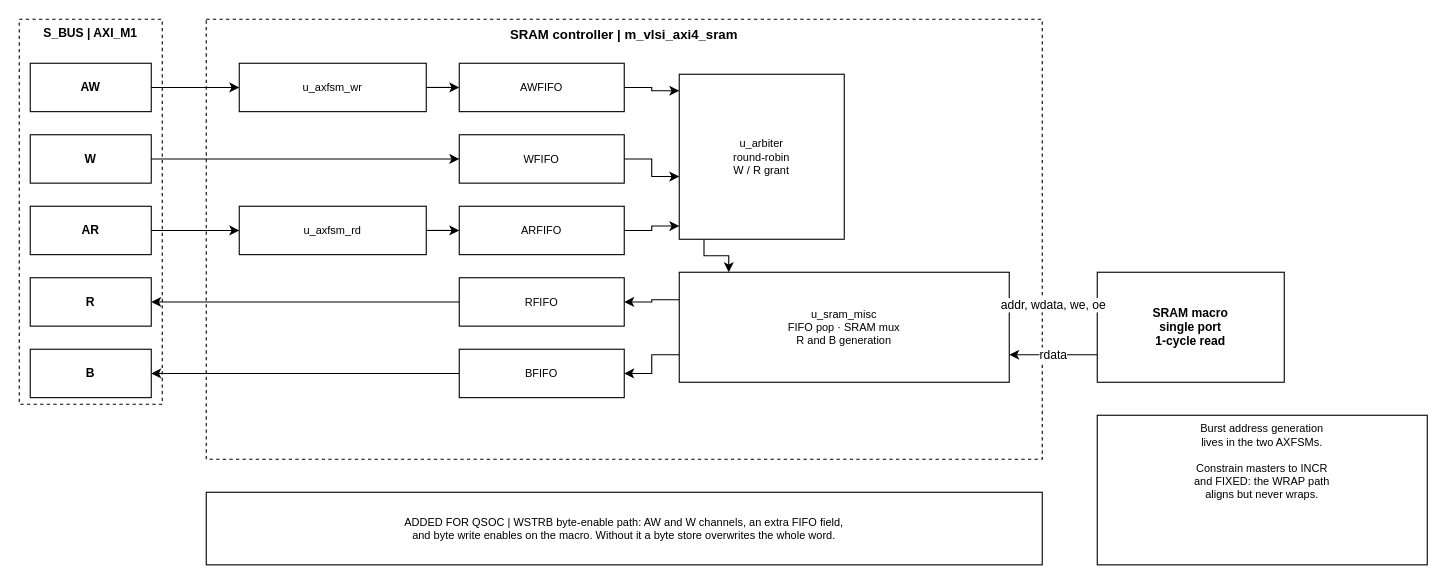
quynhonsemiconductor/vlsi_deep_training keeps this draw.io diagram as doc/drawio/QNSC_RAM_Block.drawio. Above is the earlier version. Source tidied: cells renumbered, new cells numbered last; positions are measured from the earlier drawing's top-left corner, leaving out a move shared by most shapes. Both pictures are drawn from the tidied source at 110%, with x=0, y=0 at pixel (19, 19).
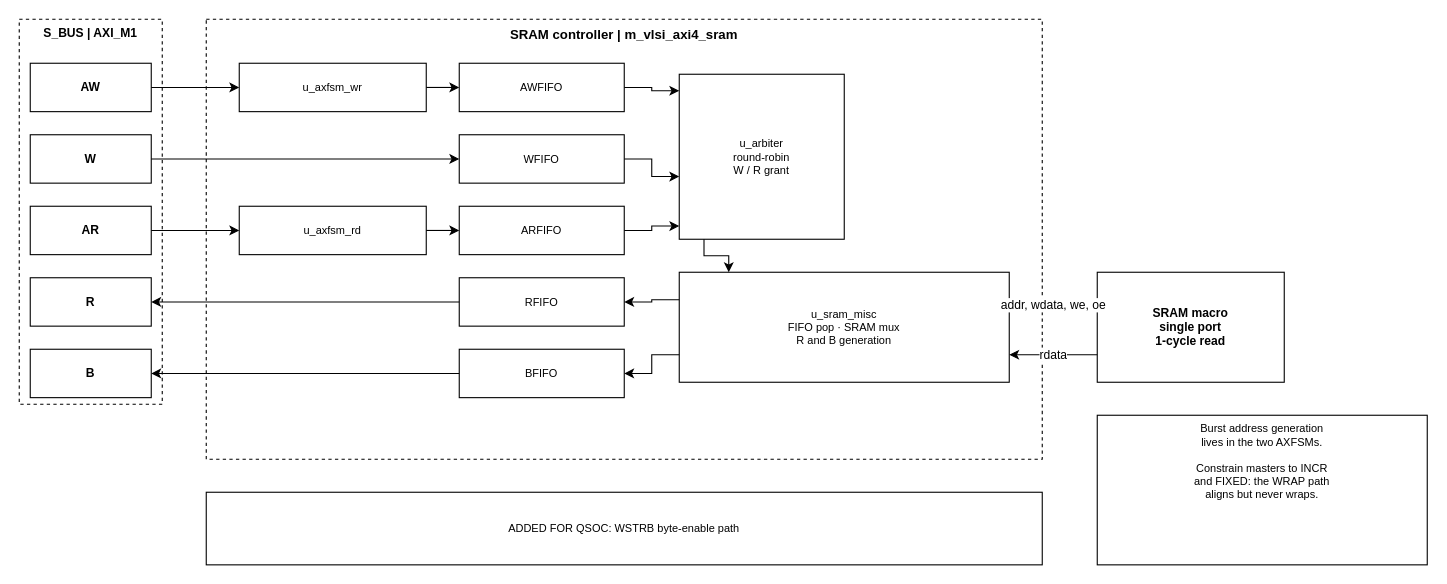
The same page after the edit.

What changed in the source:
```diff
@@
-    <mxCell id="19" value="ADDED FOR QSOC | WSTRB byte-enable path: AW and W channels, an extra FIFO field,&#10;and byte write enables on the macro.  Without it a byte store overwrites the whole word." style="rounded=0;whiteSpace=wrap;html=1;fillColor=#ffffff;strokeColor=#000000;fontSize=10;dashed=0;verticalAlign=middle;" parent="1" vertex="1">
+    <mxCell id="19" value="ADDED FOR QSOC: WSTRB byte-enable path" style="rounded=0;whiteSpace=wrap;html=1;fillColor=#ffffff;strokeColor=#000000;fontSize=10;dashed=0;verticalAlign=middle;" parent="1" vertex="1">
       <mxGeometry x="170" y="430" width="760" height="66" as="geometry" />
     </mxCell>
```
